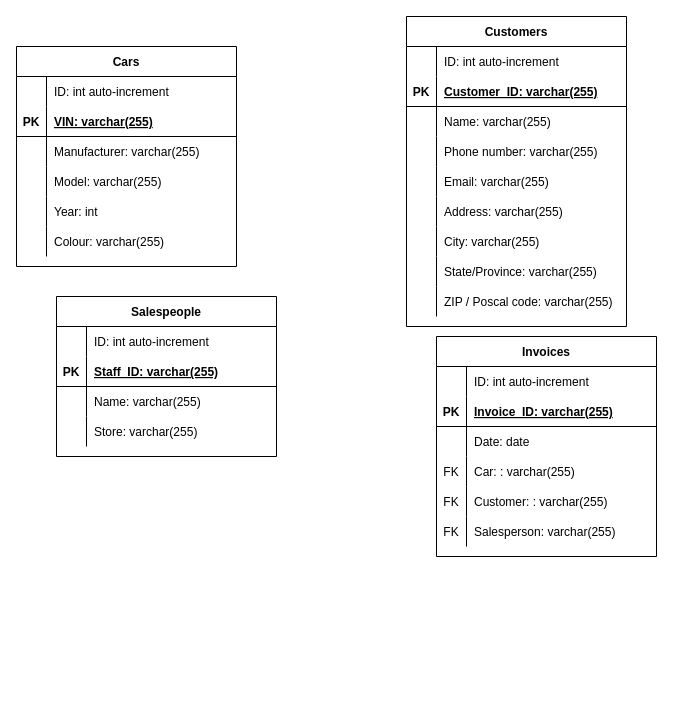
The draw.io diagram Module01/Lab_20_SQL-Business-Cases/Database_structure.drawio in eric-martinet/IRONLABS, before the edit. Source tidied: cells renumbered, new cells numbered last; positions are measured from the earlier drawing's top-left corner, leaving out a move shared by most shapes. Both pictures are drawn from the tidied source at 100%, with x=0, y=0 at pixel (16, 16).
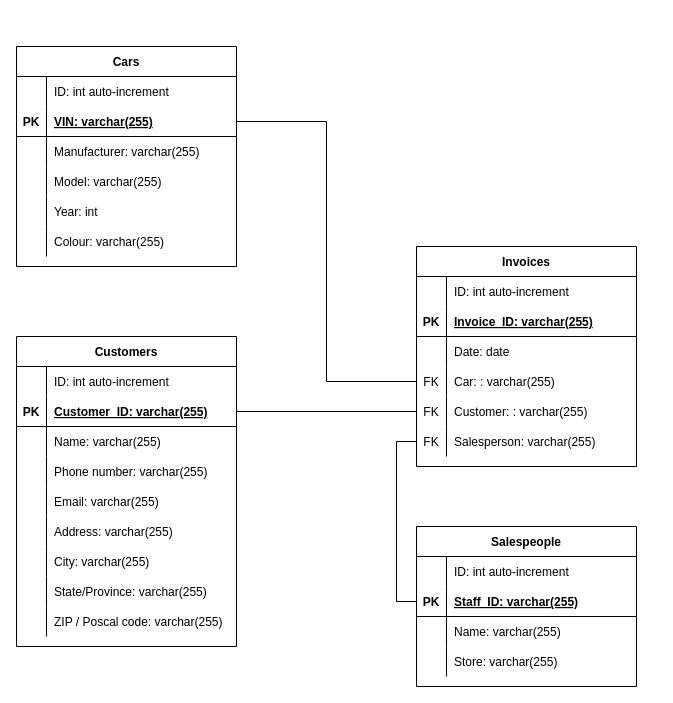
The same diagram, later.

The change refers to these unchanged cells:
```xml
<mxCell id="6" style="shape=tableRow;horizontal=0;startSize=0;swimlaneHead=0;swimlaneBody=0;fillColor=none;points=[[0,0.5],[1,0.5]];portConstraint=eastwest;top=0;left=0;right=0;bottom=1;" parent="2" vertex="1">
  <mxGeometry y="60" width="220" height="30" as="geometry" />
</mxCell>
<mxCell id="25" style="shape=tableRow;horizontal=0;startSize=0;swimlaneHead=0;swimlaneBody=0;fillColor=none;points=[[0,0.5],[1,0.5]];portConstraint=eastwest;top=0;left=0;right=0;bottom=1;" parent="21" vertex="1">
  <mxGeometry y="60" width="220" height="30" as="geometry" />
</mxCell>
<mxCell id="53" style="shape=tableRow;horizontal=0;startSize=0;swimlaneHead=0;swimlaneBody=0;fillColor=none;points=[[0,0.5],[1,0.5]];portConstraint=eastwest;top=0;left=0;right=0;bottom=1;" parent="49" vertex="1">
  <mxGeometry y="60" width="220" height="30" as="geometry" />
</mxCell>
<mxCell id="72" style="shape=tableRow;horizontal=0;startSize=0;swimlaneHead=0;swimlaneBody=0;fillColor=none;points=[[0,0.5],[1,0.5]];portConstraint=eastwest;top=0;left=0;right=0;bottom=0;" parent="62" vertex="1">
  <mxGeometry y="120" width="220" height="30" as="geometry" />
</mxCell>
<mxCell id="75" style="shape=tableRow;horizontal=0;startSize=0;swimlaneHead=0;swimlaneBody=0;fillColor=none;points=[[0,0.5],[1,0.5]];portConstraint=eastwest;top=0;left=0;right=0;bottom=0;" parent="62" vertex="1">
  <mxGeometry y="150" width="220" height="30" as="geometry" />
</mxCell>
<mxCell id="78" style="shape=tableRow;horizontal=0;startSize=0;swimlaneHead=0;swimlaneBody=0;fillColor=none;points=[[0,0.5],[1,0.5]];portConstraint=eastwest;top=0;left=0;right=0;bottom=0;" parent="62" vertex="1">
  <mxGeometry y="180" width="220" height="30" as="geometry" />
</mxCell>
```

The edit, as a diff of the source:
```diff
@@
     <mxCell id="21" value="Customers" style="shape=table;startSize=30;childLayout=tableLayout;rowLines=0;fontStyle=1;align=center;" parent="1" vertex="1">
-      <mxGeometry x="390" width="220" height="310" as="geometry" />
+      <mxGeometry y="320" width="220" height="310" as="geometry" />
     </mxCell>
@@
     <mxCell id="49" value="Salespeople" style="shape=table;startSize=30;childLayout=tableLayout;rowLines=0;fontStyle=1;align=center;" parent="1" vertex="1">
-      <mxGeometry x="40" y="280" width="220" height="160" as="geometry" />
+      <mxGeometry x="400" y="510" width="220" height="160" as="geometry" />
     </mxCell>
@@
     <mxCell id="62" value="Invoices" style="shape=table;startSize=30;childLayout=tableLayout;rowLines=0;fontStyle=1;align=center;" parent="1" vertex="1">
-      <mxGeometry x="420" y="320" width="220" height="220" as="geometry" />
+      <mxGeometry x="400" y="230" width="220" height="220" as="geometry" />
     </mxCell>
@@
+    <mxCell id="81" style="edgeStyle=orthogonalEdgeStyle;rounded=0;jettySize=auto;html=1;exitX=0;exitY=0.5;exitDx=0;exitDy=0;entryX=1;entryY=0.5;entryDx=0;entryDy=0;endArrow=none;endFill=0;" parent="1" edge="1" source="72" target="6">
+      <mxGeometry relative="1" as="geometry" />
+    </mxCell>
+    <mxCell id="82" style="edgeStyle=orthogonalEdgeStyle;rounded=0;jettySize=auto;html=1;exitX=0;exitY=0.5;exitDx=0;exitDy=0;entryX=1;entryY=0.5;entryDx=0;entryDy=0;endArrow=none;endFill=0;" parent="1" edge="1" source="75" target="25">
+      <mxGeometry relative="1" as="geometry" />
+    </mxCell>
+    <mxCell id="83" style="edgeStyle=orthogonalEdgeStyle;rounded=0;jettySize=auto;html=1;exitX=0;exitY=0.5;exitDx=0;exitDy=0;entryX=0;entryY=0.5;entryDx=0;entryDy=0;endArrow=none;endFill=0;" parent="1" edge="1" source="78" target="53">
+      <mxGeometry relative="1" as="geometry" />
+    </mxCell>
```
